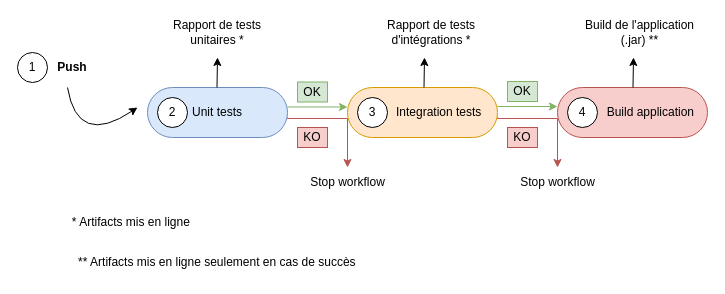
Earlier version of the draw.io diagram Testing UT pipeline.drawio (cjour/audit_logistics). Source tidied: cells renumbered, new cells numbered last; positions are measured from the earlier drawing's top-left corner, leaving out a move shared by most shapes. Both pictures are drawn from the tidied source at 100%, with x=0, y=0 at pixel (17, 17).
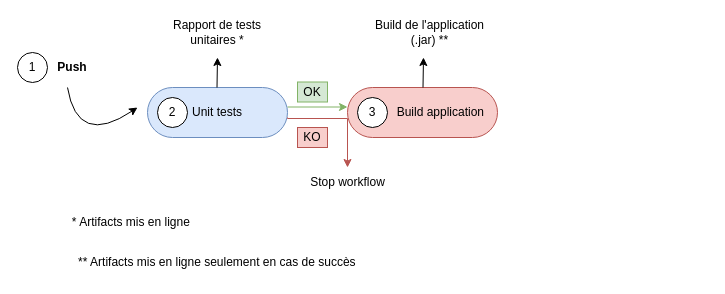
The same page after the edit.

Commit message:
Mettre à jour Testing UT pipeline.drawio

What changed in the source:
```diff
@@
     <mxCell id="2" value="&lt;span style=&quot;white-space: pre;&quot;&gt;&#9;&lt;/span&gt;&amp;nbsp;&amp;nbsp; Build application" style="rounded=1;whiteSpace=wrap;html=1;arcSize=50;fillColor=#f8cecc;strokeColor=#b85450;" parent="1" vertex="1">
-      <mxGeometry x="540" y="70" width="150" height="50" as="geometry" />
+      <mxGeometry x="330" y="70" width="150" height="50" as="geometry" />
     </mxCell>
-    <mxCell id="3" style="endArrow=classic;html=1;rounded=0;entryX=0;entryY=0.5;entryDx=0;entryDy=0;exitX=1;exitY=0.5;exitDx=0;exitDy=0;fillColor=#d5e8d4;strokeColor=#82b366;" parent="1" edge="1">
-      <mxGeometry relative="1" as="geometry">
-        <mxPoint x="480" y="89" as="sourcePoint" />
-        <mxPoint x="540" y="89" as="targetPoint" />
-      </mxGeometry>
-    </mxCell>
-    <mxCell id="4" value="&lt;span style=&quot;white-space: pre;&quot;&gt;&#9;&lt;/span&gt;&amp;nbsp; Integration tests" style="rounded=1;whiteSpace=wrap;html=1;arcSize=50;fillColor=#ffe6cc;strokeColor=#d79b00;" parent="1" vertex="1">
-      <mxGeometry x="330" y="70" width="150" height="50" as="geometry" />
-    </mxCell>
@@
-    <mxCell id="8" style="endArrow=classic;html=1;rounded=0;" parent="1" edge="1">
-      <mxGeometry relative="1" as="geometry">
-        <mxPoint x="406.5" y="70" as="sourcePoint" />
-        <mxPoint x="407" y="40" as="targetPoint" />
-      </mxGeometry>
-    </mxCell>
     <mxCell id="9" style="endArrow=classic;html=1;rounded=0;" parent="1" edge="1">
       <mxGeometry relative="1" as="geometry">
-        <mxPoint x="615.5" y="70" as="sourcePoint" />
-        <mxPoint x="616" y="40" as="targetPoint" />
+        <mxPoint x="405.5" y="70" as="sourcePoint" />
+        <mxPoint x="406" y="40" as="targetPoint" />
       </mxGeometry>
     </mxCell>
@@
     <mxCell id="11" value="Build de l'application (.jar) **" style="text;html=1;strokeColor=none;fillColor=none;align=center;verticalAlign=middle;whiteSpace=wrap;rounded=0;" parent="1" vertex="1">
-      <mxGeometry x="565" width="115" height="30" as="geometry" />
+      <mxGeometry x="355" width="115" height="30" as="geometry" />
     </mxCell>
-    <mxCell id="12" value="Rapport de tests d'intégrations *" style="text;html=1;strokeColor=none;fillColor=none;align=center;verticalAlign=middle;whiteSpace=wrap;rounded=0;" parent="1" vertex="1">
-      <mxGeometry x="364" width="100" height="30" as="geometry" />
-    </mxCell>
@@
-    <mxCell id="18" value="OK" style="text;html=1;strokeColor=#82b366;fillColor=#d5e8d4;align=center;verticalAlign=middle;whiteSpace=wrap;rounded=0;" parent="1" vertex="1">
-      <mxGeometry x="490" y="64" width="30" height="20" as="geometry" />
-    </mxCell>
@@
-    <mxCell id="20" style="edgeStyle=orthogonalEdgeStyle;rounded=0;orthogonalLoop=1;jettySize=auto;html=1;fillColor=#f8cecc;strokeColor=#b85450;exitX=1;exitY=0.6;exitDx=0;exitDy=0;exitPerimeter=0;" parent="1" edge="1">
-      <mxGeometry relative="1" as="geometry">
-        <mxPoint x="480" y="100" as="sourcePoint" />
-        <mxPoint x="540" y="150" as="targetPoint" />
-        <Array as="points">
-          <mxPoint x="480" y="101" />
-          <mxPoint x="540" y="101" />
-        </Array>
-      </mxGeometry>
-    </mxCell>
@@
-    <mxCell id="22" value="KO" style="text;html=1;strokeColor=#b85450;fillColor=#f8cecc;align=center;verticalAlign=middle;whiteSpace=wrap;rounded=0;" parent="1" vertex="1">
-      <mxGeometry x="490" y="110" width="30" height="20" as="geometry" />
-    </mxCell>
@@
-    <mxCell id="24" value="Stop workflow" style="text;html=1;align=center;verticalAlign=middle;strokeColor=none;fillColor=none;" parent="1" vertex="1">
-      <mxGeometry x="490" y="150" width="100" height="30" as="geometry" />
-    </mxCell>
@@
-    <mxCell id="28" value="4" style="ellipse;whiteSpace=wrap;html=1;" parent="1" vertex="1">
-      <mxGeometry x="550" y="80" width="30" height="30" as="geometry" />
-    </mxCell>
```
